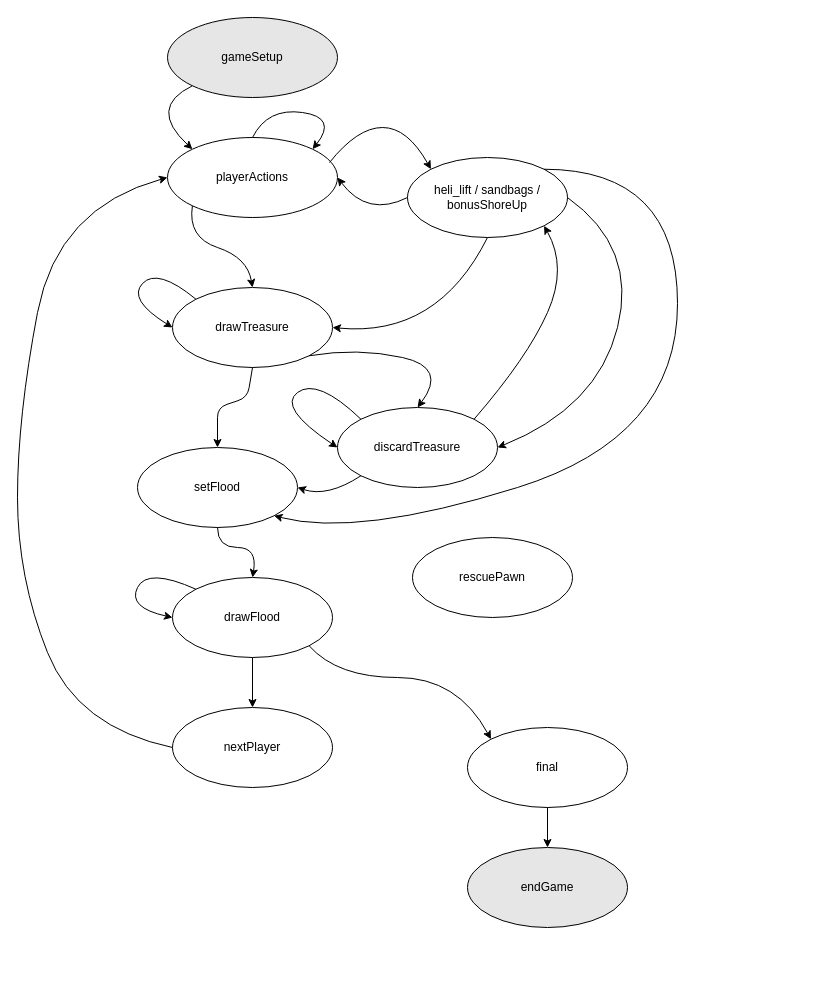
Before: state_diagram.drawio in jdicorpo/bga-forbiddenisland, a draw.io diagram. Source tidied: cells renumbered, new cells numbered last; positions are measured from the earlier drawing's top-left corner, leaving out a move shared by most shapes. Both pictures are drawn from the tidied source at 100%, with x=0, y=0 at pixel (17, 17).
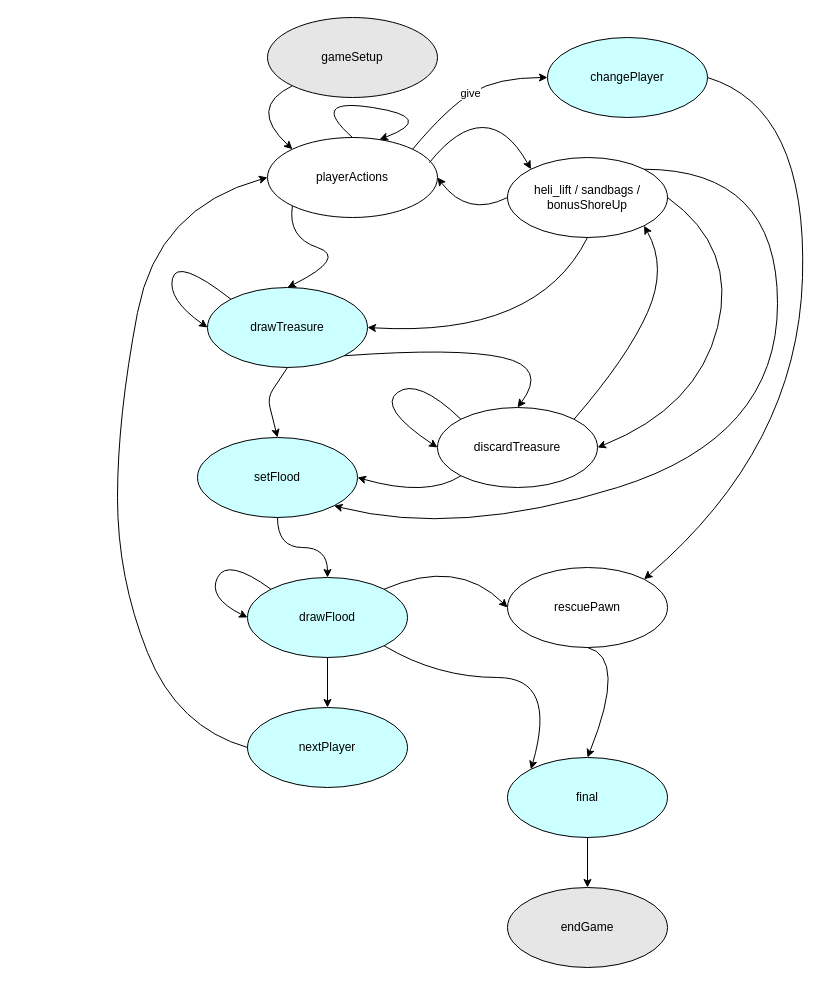
After the change.

Diff of the diagram source:
```diff
@@
     <mxCell id="2" value="gameSetup" style="ellipse;whiteSpace=wrap;html=1;fillColor=#E6E6E6;" parent="1" vertex="1">
-      <mxGeometry x="150" width="170" height="80" as="geometry" />
+      <mxGeometry x="250" width="170" height="80" as="geometry" />
     </mxCell>
     <mxCell id="3" value="playerActions" style="ellipse;whiteSpace=wrap;html=1;" parent="1" vertex="1">
-      <mxGeometry x="150" y="120" width="170" height="80" as="geometry" />
+      <mxGeometry x="250" y="120" width="170" height="80" as="geometry" />
     </mxCell>
-    <mxCell id="4" value="drawTreasure" style="ellipse;whiteSpace=wrap;html=1;" parent="1" vertex="1">
-      <mxGeometry x="155" y="270" width="160" height="80" as="geometry" />
+    <mxCell id="4" value="drawTreasure" style="ellipse;whiteSpace=wrap;html=1;fillColor=#CCFFFF;" parent="1" vertex="1">
+      <mxGeometry x="190" y="270" width="160" height="80" as="geometry" />
     </mxCell>
     <mxCell id="5" value="discardTreasure" style="ellipse;whiteSpace=wrap;html=1;" parent="1" vertex="1">
-      <mxGeometry x="320" y="390" width="160" height="80" as="geometry" />
+      <mxGeometry x="420" y="390" width="160" height="80" as="geometry" />
     </mxCell>
-    <mxCell id="6" value="setFlood" style="ellipse;whiteSpace=wrap;html=1;" parent="1" vertex="1">
-      <mxGeometry x="120" y="430" width="160" height="80" as="geometry" />
+    <mxCell id="6" value="setFlood" style="ellipse;whiteSpace=wrap;html=1;fillColor=#CCFFFF;" parent="1" vertex="1">
+      <mxGeometry x="180" y="420" width="160" height="80" as="geometry" />
     </mxCell>
-    <mxCell id="7" value="drawFlood" style="ellipse;whiteSpace=wrap;html=1;" parent="1" vertex="1">
-      <mxGeometry x="155" y="560" width="160" height="80" as="geometry" />
+    <mxCell id="7" value="drawFlood" style="ellipse;whiteSpace=wrap;html=1;fillColor=#CCFFFF;" parent="1" vertex="1">
+      <mxGeometry x="230" y="560" width="160" height="80" as="geometry" />
     </mxCell>
     <mxCell id="8" style="endArrow=classic;html=1;exitX=0.5;exitY=1;exitDx=0;exitDy=0;entryX=0.5;entryY=0;entryDx=0;entryDy=0;" parent="1" edge="1" source="4" target="6">
       <mxGeometry relative="1" as="geometry">
         <Array as="points">
-          <mxPoint x="230" y="380" />
-          <mxPoint x="200" y="390" />
+          <mxPoint x="250" y="380" />
         </Array>
       </mxGeometry>
     </mxCell>
-    <mxCell id="9" value="nextPlayer" style="ellipse;whiteSpace=wrap;html=1;" parent="1" vertex="1">
-      <mxGeometry x="155" y="690" width="160" height="80" as="geometry" />
+    <mxCell id="9" value="nextPlayer" style="ellipse;whiteSpace=wrap;html=1;fillColor=#CCFFFF;" parent="1" vertex="1">
+      <mxGeometry x="230" y="690" width="160" height="80" as="geometry" />
     </mxCell>
@@
     <mxCell id="11" style="curved=1;endArrow=classic;html=1;exitX=0;exitY=0.5;exitDx=0;exitDy=0;entryX=0;entryY=0.5;entryDx=0;entryDy=0;" parent="1" edge="1" source="9" target="3">
       <mxGeometry relative="1" as="geometry">
         <Array as="points">
-          <mxPoint x="60" y="710" />
-          <mxPoint y="560" />
-          <mxPoint y="400" />
-          <mxPoint x="40" y="190" />
+          <mxPoint x="160" y="710" />
+          <mxPoint x="100" y="560" />
+          <mxPoint x="100" y="400" />
+          <mxPoint x="140" y="190" />
         </Array>
       </mxGeometry>
     </mxCell>
     <mxCell id="12" style="curved=1;endArrow=classic;html=1;exitX=0;exitY=0;exitDx=0;exitDy=0;entryX=0;entryY=0.5;entryDx=0;entryDy=0;" parent="1" edge="1" source="7" target="7">
       <mxGeometry relative="1" as="geometry">
         <Array as="points">
-          <mxPoint x="130" y="550" />
-          <mxPoint x="110" y="590" />
+          <mxPoint x="210" y="540" />
+          <mxPoint x="190" y="580" />
         </Array>
       </mxGeometry>
     </mxCell>
-    <mxCell id="13" style="curved=1;endArrow=classic;html=1;exitX=0.5;exitY=0;exitDx=0;exitDy=0;entryX=1;entryY=0;entryDx=0;entryDy=0;" parent="1" edge="1" source="3" target="3">
+    <mxCell id="13" style="curved=1;endArrow=classic;html=1;exitX=0.5;exitY=0;exitDx=0;exitDy=0;entryX=0.659;entryY=0.025;entryDx=0;entryDy=0;entryPerimeter=0;" parent="1" edge="1" source="3" target="3">
       <mxGeometry relative="1" as="geometry">
         <Array as="points">
-          <mxPoint x="250" y="90" />
-          <mxPoint x="320" y="100" />
+          <mxPoint x="290" y="80" />
+          <mxPoint x="420" y="100" />
         </Array>
       </mxGeometry>
     </mxCell>
     <mxCell id="14" style="curved=1;endArrow=classic;html=1;exitX=0;exitY=0;exitDx=0;exitDy=0;entryX=0;entryY=0.5;entryDx=0;entryDy=0;" parent="1" edge="1" source="4" target="4">
       <mxGeometry relative="1" as="geometry">
         <Array as="points">
-          <mxPoint x="140" y="250" />
-          <mxPoint x="110" y="282" />
+          <mxPoint x="160" y="240" />
+          <mxPoint x="150" y="282" />
         </Array>
       </mxGeometry>
     </mxCell>
     <mxCell id="15" style="curved=1;endArrow=classic;html=1;exitX=0;exitY=0;exitDx=0;exitDy=0;entryX=0;entryY=0.5;entryDx=0;entryDy=0;" parent="1" edge="1" source="5" target="5">
       <mxGeometry relative="1" as="geometry">
         <Array as="points">
-          <mxPoint x="300" y="360" />
-          <mxPoint x="260" y="390" />
+          <mxPoint x="400" y="360" />
+          <mxPoint x="360" y="390" />
         </Array>
       </mxGeometry>
     </mxCell>
-    <mxCell id="16" value="final" style="ellipse;whiteSpace=wrap;html=1;" parent="1" vertex="1">
-      <mxGeometry x="450" y="710" width="160" height="80" as="geometry" />
+    <mxCell id="16" value="final" style="ellipse;whiteSpace=wrap;html=1;fillColor=#CCFFFF;" parent="1" vertex="1">
+      <mxGeometry x="490" y="740" width="160" height="80" as="geometry" />
     </mxCell>
     <mxCell id="17" value="endGame" style="ellipse;whiteSpace=wrap;html=1;fillColor=#E6E6E6;" parent="1" vertex="1">
-      <mxGeometry x="450" y="830" width="160" height="80" as="geometry" />
+      <mxGeometry x="490" y="870" width="160" height="80" as="geometry" />
     </mxCell>
@@
     <mxCell id="19" style="curved=1;endArrow=classic;html=1;exitX=1;exitY=1;exitDx=0;exitDy=0;entryX=0;entryY=0;entryDx=0;entryDy=0;" parent="1" edge="1" source="7" target="16">
       <mxGeometry relative="1" as="geometry">
         <Array as="points">
-          <mxPoint x="320" y="660" />
-          <mxPoint x="440" y="660" />
+          <mxPoint x="420" y="660" />
+          <mxPoint x="540" y="660" />
         </Array>
       </mxGeometry>
     </mxCell>
     <mxCell id="20" style="curved=1;endArrow=classic;html=1;exitX=0;exitY=1;exitDx=0;exitDy=0;entryX=1;entryY=0.5;entryDx=0;entryDy=0;" parent="1" edge="1" source="5" target="6">
       <mxGeometry relative="1" as="geometry">
         <Array as="points">
-          <mxPoint x="310" y="480" />
+          <mxPoint x="410" y="480" />
         </Array>
       </mxGeometry>
     </mxCell>
     <mxCell id="21" value="rescuePawn" style="ellipse;whiteSpace=wrap;html=1;" parent="1" vertex="1">
-      <mxGeometry x="395" y="520" width="160" height="80" as="geometry" />
+      <mxGeometry x="490" y="550" width="160" height="80" as="geometry" />
     </mxCell>
     <mxCell id="22" value="heli_lift / sandbags / bonusShoreUp" style="ellipse;whiteSpace=wrap;html=1;" parent="1" vertex="1">
-      <mxGeometry x="390" y="140" width="160" height="80" as="geometry" />
+      <mxGeometry x="490" y="140" width="160" height="80" as="geometry" />
     </mxCell>
     <mxCell id="23" style="curved=1;endArrow=classic;html=1;exitX=1;exitY=1;exitDx=0;exitDy=0;entryX=0.5;entryY=0;entryDx=0;entryDy=0;" parent="1" edge="1" source="4" target="5">
       <mxGeometry relative="1" as="geometry">
         <Array as="points">
-          <mxPoint x="340" y="330" />
-          <mxPoint x="430" y="350" />
+          <mxPoint x="440" y="330" />
+          <mxPoint x="530" y="350" />
         </Array>
       </mxGeometry>
     </mxCell>
     <mxCell id="24" style="curved=1;endArrow=classic;html=1;exitX=0;exitY=1;exitDx=0;exitDy=0;entryX=0;entryY=0;entryDx=0;entryDy=0;" parent="1" edge="1" source="2" target="3">
       <mxGeometry relative="1" as="geometry">
         <Array as="points">
-          <mxPoint x="130" y="90" />
+          <mxPoint x="230" y="90" />
         </Array>
       </mxGeometry>
     </mxCell>
     <mxCell id="25" style="curved=1;endArrow=classic;html=1;exitX=0.953;exitY=0.313;exitDx=0;exitDy=0;entryX=0;entryY=0;entryDx=0;entryDy=0;exitPerimeter=0;" parent="1" edge="1" source="3" target="22">
       <mxGeometry relative="1" as="geometry">
         <Array as="points">
-          <mxPoint x="340" y="110" />
-          <mxPoint x="390" y="110" />
+          <mxPoint x="440" y="110" />
+          <mxPoint x="490" y="110" />
         </Array>
       </mxGeometry>
     </mxCell>
     <mxCell id="26" style="curved=1;endArrow=classic;html=1;exitX=0;exitY=1;exitDx=0;exitDy=0;entryX=0.5;entryY=0;entryDx=0;entryDy=0;" parent="1" edge="1" source="3" target="4">
       <mxGeometry relative="1" as="geometry">
         <Array as="points">
-          <mxPoint x="170" y="220" />
-          <mxPoint x="230" y="240" />
+          <mxPoint x="270" y="220" />
+          <mxPoint x="330" y="240" />
         </Array>
       </mxGeometry>
     </mxCell>
     <mxCell id="27" style="curved=1;endArrow=classic;html=1;exitX=0;exitY=0.5;exitDx=0;exitDy=0;entryX=1;entryY=0.5;entryDx=0;entryDy=0;" parent="1" edge="1" source="22" target="3">
       <mxGeometry relative="1" as="geometry">
         <Array as="points">
-          <mxPoint x="350" y="200" />
+          <mxPoint x="450" y="200" />
         </Array>
       </mxGeometry>
     </mxCell>
     <mxCell id="28" style="curved=1;endArrow=classic;html=1;exitX=0.5;exitY=1;exitDx=0;exitDy=0;entryX=1;entryY=0.5;entryDx=0;entryDy=0;" parent="1" edge="1" source="22" target="4">
       <mxGeometry relative="1" as="geometry">
         <Array as="points">
-          <mxPoint x="420" y="320" />
+          <mxPoint x="520" y="320" />
         </Array>
       </mxGeometry>
     </mxCell>
     <mxCell id="29" style="curved=1;endArrow=classic;html=1;exitX=1;exitY=0;exitDx=0;exitDy=0;entryX=1;entryY=1;entryDx=0;entryDy=0;" parent="1" edge="1" source="5" target="22">
       <mxGeometry relative="1" as="geometry">
         <Array as="points">
-          <mxPoint x="510" y="340" />
-          <mxPoint x="550" y="250" />
+          <mxPoint x="610" y="340" />
+          <mxPoint x="650" y="250" />
         </Array>
       </mxGeometry>
     </mxCell>
     <mxCell id="30" style="curved=1;endArrow=classic;html=1;entryX=1;entryY=0.5;entryDx=0;entryDy=0;exitX=1;exitY=0.5;exitDx=0;exitDy=0;" parent="1" edge="1" source="22" target="5">
       <mxGeometry relative="1" as="geometry">
         <Array as="points">
-          <mxPoint x="620" y="230" />
-          <mxPoint x="580" y="390" />
+          <mxPoint x="720" y="230" />
+          <mxPoint x="680" y="390" />
         </Array>
       </mxGeometry>
     </mxCell>
     <mxCell id="31" style="curved=1;endArrow=classic;html=1;exitX=0.5;exitY=1;exitDx=0;exitDy=0;entryX=0.5;entryY=0;entryDx=0;entryDy=0;" parent="1" edge="1" source="6" target="7">
       <mxGeometry relative="1" as="geometry">
         <Array as="points">
-          <mxPoint x="200" y="530" />
-          <mxPoint x="240" y="530" />
+          <mxPoint x="260" y="530" />
+          <mxPoint x="310" y="530" />
         </Array>
       </mxGeometry>
     </mxCell>
     <mxCell id="32" style="curved=1;endArrow=classic;html=1;entryX=1;entryY=1;entryDx=0;entryDy=0;exitX=1;exitY=0;exitDx=0;exitDy=0;" parent="1" edge="1" source="22" target="6">
       <mxGeometry relative="1" as="geometry">
         <Array as="points">
-          <mxPoint x="660" y="152" />
-          <mxPoint x="660" y="420" />
-          <mxPoint x="340" y="520" />
+          <mxPoint x="760" y="152" />
+          <mxPoint x="760" y="420" />
+          <mxPoint x="440" y="520" />
         </Array>
       </mxGeometry>
     </mxCell>
+    <mxCell id="33" style="curved=1;endArrow=classic;html=1;exitX=0.5;exitY=1;exitDx=0;exitDy=0;entryX=0.5;entryY=0;entryDx=0;entryDy=0;" parent="1" edge="1" source="21" target="16">
+      <mxGeometry relative="1" as="geometry">
+        <Array as="points">
+          <mxPoint x="610" y="640" />
+        </Array>
+      </mxGeometry>
+    </mxCell>
+    <mxCell id="34" style="curved=1;endArrow=classic;html=1;entryX=0;entryY=0.5;entryDx=0;entryDy=0;exitX=1;exitY=0;exitDx=0;exitDy=0;" parent="1" edge="1" source="7" target="21">
+      <mxGeometry relative="1" as="geometry">
+        <Array as="points">
+          <mxPoint x="440" y="540" />
+        </Array>
+      </mxGeometry>
+    </mxCell>
+    <mxCell id="35" style="curved=1;endArrow=classic;html=1;entryX=1;entryY=0;entryDx=0;entryDy=0;exitX=1;exitY=0.5;exitDx=0;exitDy=0;" parent="1" edge="1" source="36" target="21">
+      <mxGeometry relative="1" as="geometry">
+        <Array as="points">
+          <mxPoint x="790" y="90" />
+          <mxPoint x="780" y="430" />
+        </Array>
+      </mxGeometry>
+    </mxCell>
+    <mxCell id="36" value="changePlayer" style="ellipse;whiteSpace=wrap;html=1;fillColor=#CCFFFF;" parent="1" vertex="1">
+      <mxGeometry x="530" y="20" width="160" height="80" as="geometry" />
+    </mxCell>
+    <mxCell id="37" value="give" style="curved=1;endArrow=classic;html=1;exitX=1;exitY=0;exitDx=0;exitDy=0;entryX=0;entryY=0.5;entryDx=0;entryDy=0;" parent="1" edge="1" source="3" target="36">
+      <mxGeometry relative="1" as="geometry">
+        <Array as="points">
+          <mxPoint x="430" y="90" />
+          <mxPoint x="480" y="60" />
+        </Array>
+      </mxGeometry>
+    </mxCell>
```
